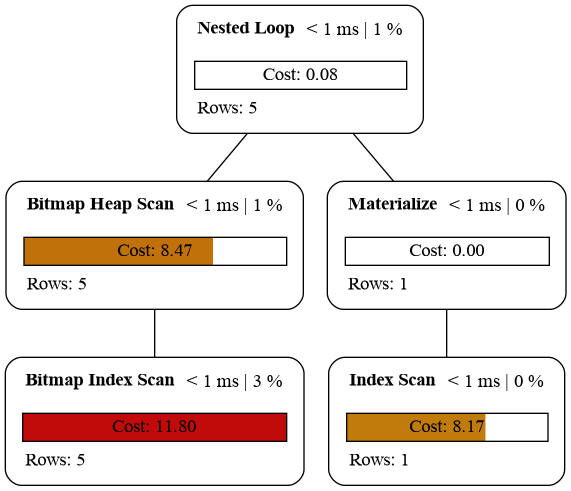
The Graphviz diagram examples/plan_1.png in sanpii/explain, before a commit. Its source is kept beside it as examples/plan_1.dot.
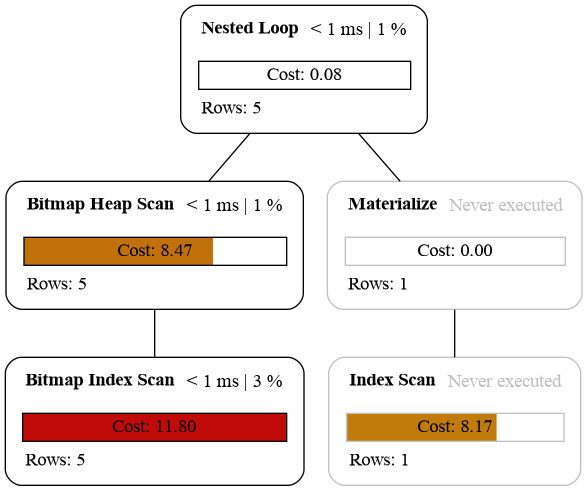
The same file after the commit.

What changed in the source:
```diff
@@ -2,8 +2,8 @@
     node0[label=<<table border="0" cellborder="0" cellspacing="5"><tr><td align="left"><b>Nested Loop</b></td><td>&lt; 1 ms | 1 %</td></tr><tr><td colspan="2" align="left"></td></tr><tr><td colspan="2" border="1" >Cost: 0.08</td></tr><tr><td colspan="2" align="left">Rows: 5</td></tr></table>>][style="rounded"][shape="box"];
     node1[label=<<table border="0" cellborder="0" cellspacing="5"><tr><td align="left"><b>Bitmap Heap Scan</b></td><td>&lt; 1 ms | 1 %</td></tr><tr><td colspan="2" align="left"></td></tr><tr><td colspan="2" border="1" bgcolor="#c1710a;0.72:white">Cost: 8.47</td></tr><tr><td colspan="2" align="left">Rows: 5</td></tr></table>>][style="rounded"][shape="box"];
     node2[label=<<table border="0" cellborder="0" cellspacing="5"><tr><td align="left"><b>Bitmap Index Scan</b></td><td>&lt; 1 ms | 3 %</td></tr><tr><td colspan="2" align="left"></td></tr><tr><td colspan="2" border="1" bgcolor="#c10a0a">Cost: 11.80</td></tr><tr><td colspan="2" align="left">Rows: 5</td></tr></table>>][style="rounded"][shape="box"];
-    node3[label=<<table border="0" cellborder="0" cellspacing="5"><tr><td align="left"><b>Materialize</b></td><td>&lt; 1 ms | 0 %</td></tr><tr><td colspan="2" align="left"></td></tr><tr><td colspan="2" border="1" >Cost: 0.00</td></tr><tr><td colspan="2" align="left">Rows: 1</td></tr></table>>][style="rounded"][shape="box"];
-    node4[label=<<table border="0" cellborder="0" cellspacing="5"><tr><td align="left"><b>Index Scan</b></td><td>&lt; 1 ms | 0 %</td></tr><tr><td colspan="2" align="left"></td></tr><tr><td colspan="2" border="1" bgcolor="#c17b0a;0.69:white">Cost: 8.17</td></tr><tr><td colspan="2" align="left">Rows: 1</td></tr></table>>][style="rounded"][shape="box"];
+    node3[label=<<table border="0" cellborder="0" cellspacing="5"><tr><td align="left"><b>Materialize</b></td><td><font color="gray">Never executed</font></td></tr><tr><td colspan="2" align="left"></td></tr><tr><td colspan="2" border="1" >Cost: 0.00</td></tr><tr><td colspan="2" align="left">Rows: 1</td></tr></table>>][style="rounded"][color="gray"][shape="box"];
+    node4[label=<<table border="0" cellborder="0" cellspacing="5"><tr><td align="left"><b>Index Scan</b></td><td><font color="gray">Never executed</font></td></tr><tr><td colspan="2" align="left"></td></tr><tr><td colspan="2" border="1" bgcolor="#c17b0a;0.69:white">Cost: 8.17</td></tr><tr><td colspan="2" align="left">Rows: 1</td></tr></table>>][style="rounded"][color="gray"][shape="box"];
     node0 -- node1[label=""];
     node1 -- node2[label=""];
     node0 -- node3[label=""];
```
